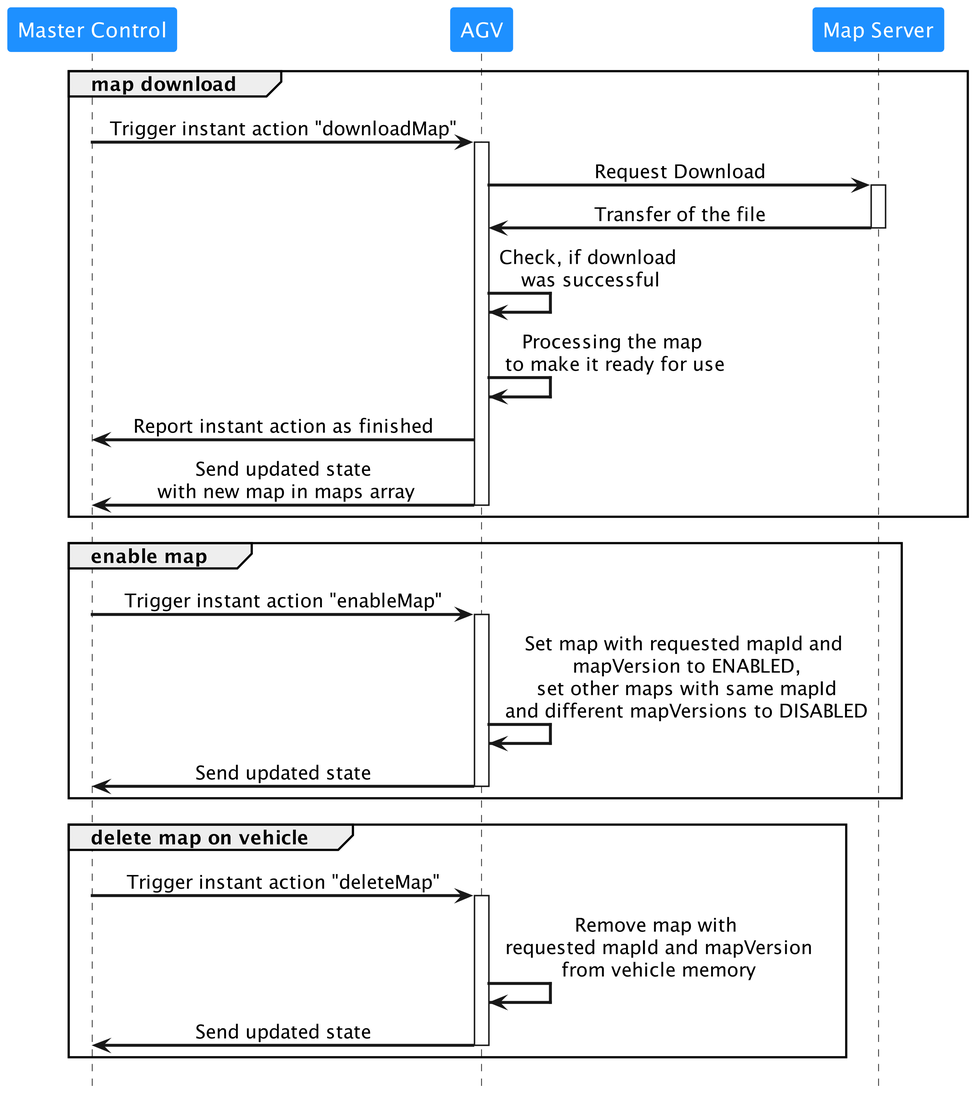
Before: assets/map_distribution_process.png, a diagram exported from PlantUML (VDA5050/VDA5050).
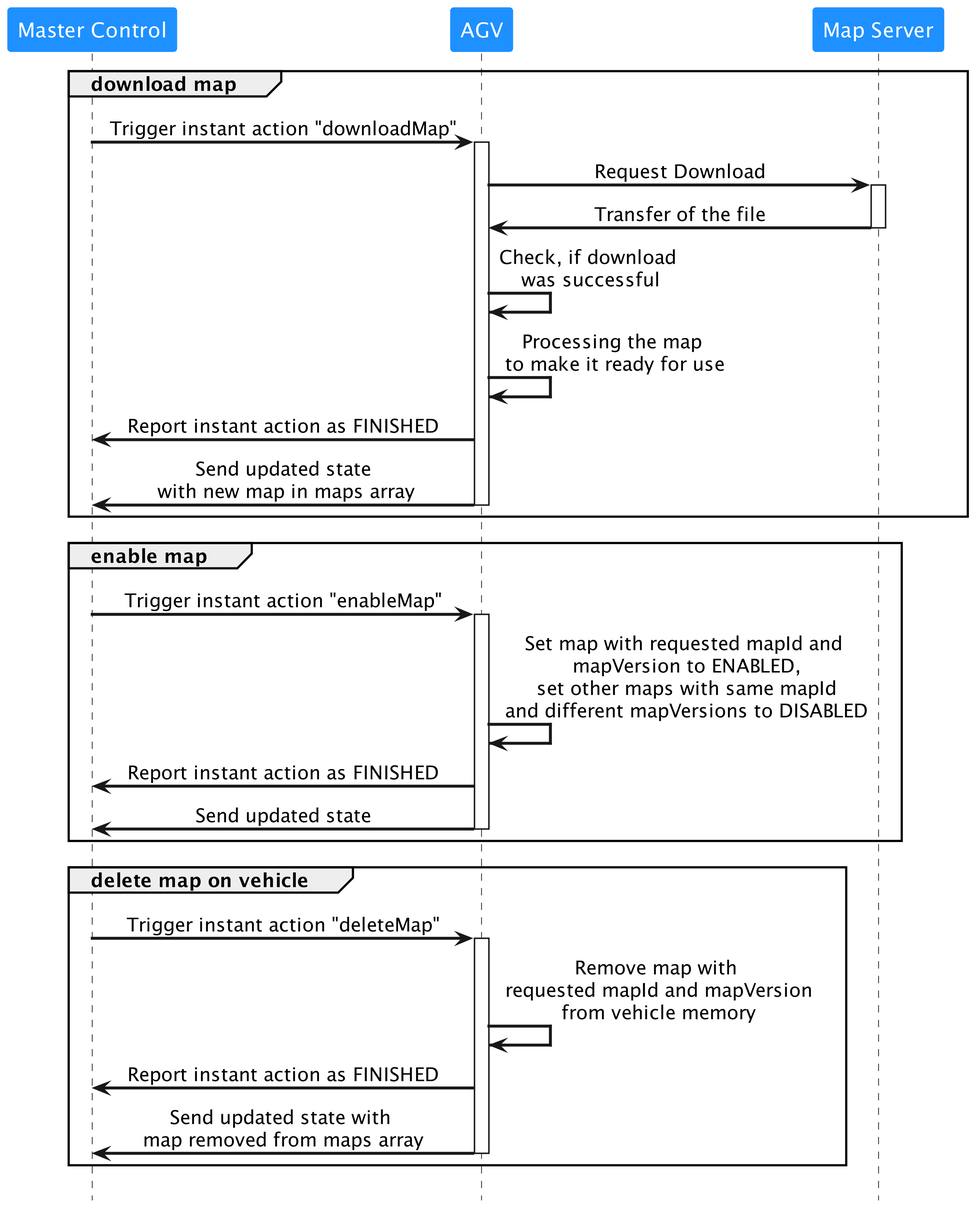
The same diagram one commit later.

Commit message:
Updated map_distribution_process, so finishing all instant actions are to be reported and added - in process_order_update to be style consistent.

Diff of the diagram source:
```diff
@@ -11,33 +11,35 @@
 participant "Map Server" #dodgerblue
 hide footbox
 
-group map download
+group download map
 "Master Control" -> "AGV": Trigger instant action "downloadMap"
 activate AGV
 AGV -> "Map Server": Request Download
 activate "Map Server"
 "Map Server" -> AGV: Transfer of the file
 deactivate "Map Server"
-AGV -> AGV: Check, if download\n was successful
-AGV -> AGV: Processing the map\n to make it ready for use
-AGV -> "Master Control": Report instant action as finished
-AGV -> "Master Control": Send updated state\n with new map in maps array
+"AGV" -> "AGV": Check, if download\n was successful
+"AGV" -> "AGV": Processing the map\n to make it ready for use
+AGV -> "Master Control": Report instant action as FINISHED
+"AGV" -> "Master Control": Send updated state\n with new map in maps array
 deactivate AGV
 end
 
 group enable map
 "Master Control" -> "AGV": Trigger instant action "enableMap"
 activate AGV
-AGV -> AGV: Set map with requested mapId and\n mapVersion to ENABLED,\n set other maps with same mapId\n and different mapVersions to DISABLED
-"Master Control" <- "AGV": Send updated state
+"AGV" -> "AGV": Set map with requested mapId and\n mapVersion to ENABLED,\n set other maps with same mapId\n and different mapVersions to DISABLED
+"AGV" -> "Master Control": Report instant action as FINISHED
+"AGV" -> "Master Control": Send updated state
 deactivate AGV
 end
 
 group delete map on vehicle
 "Master Control" -> "AGV": Trigger instant action "deleteMap"
 activate AGV
-AGV -> AGV: Remove map with\n requested mapId and mapVersion\n from vehicle memory
-"Master Control" <- "AGV": Send updated state
+"AGV" -> "AGV": Remove map with\n requested mapId and mapVersion\n from vehicle memory
+"AGV" -> "Master Control": Report instant action as FINISHED
+"AGV" -> "Master Control": Send updated state with \nmap removed from maps array
 deactivate AGV
 end
 @enduml
```
